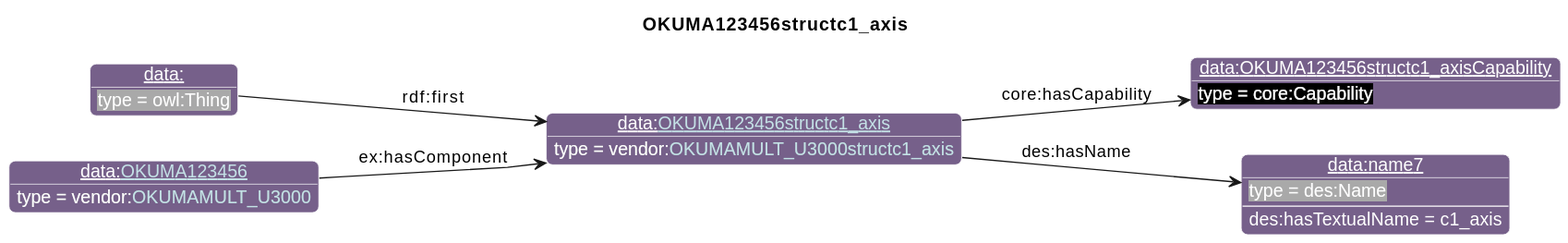
Earlier version of the PlantUML export diagrams/OKUMA123456structc1_axis.svg (iofoundry/example-syseng-mtconnect).
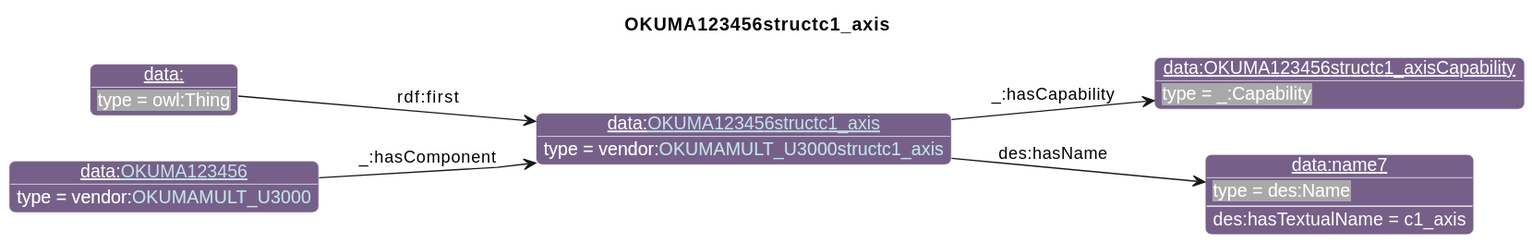
Above is the later version.

Change to the diagram source:
```diff
@@ -26,13 +26,13 @@
                       "qp":"641B2E"
       }
 individual(o0, data:[[./OKUMA123456structc1_axis.html OKUMA123456structc1_axis]], vendor:[[../OKUMA.html#OKUMAMULT_U3000structc1_axis OKUMAMULT_U3000structc1_axis]])
-individual(o1, data:OKUMA123456structc1_axisCapability, core:Capability)
+individual(o1, data:OKUMA123456structc1_axisCapability, _:Capability)
 individual(o2, data:name7, des:Name)
 individual(o3, data:, owl:Thing)
 individual(o4, data:[[./OKUMA123456.html OKUMA123456]], vendor:[[../OKUMA.html#OKUMAMULT_U3000 OKUMAMULT_U3000]])
-property(o0, "core:hasCapability", o1)
+property(o0, "_:hasCapability", o1)
 property(o0, "des:hasName", o2)
 data(o2, "des:hasTextualName", "c1_axis")
 property(o3, "rdf:first", o0)
-property(o4, "ex:hasComponent", o0)
+property(o4, "_:hasComponent", o0)
 @enduml
```
